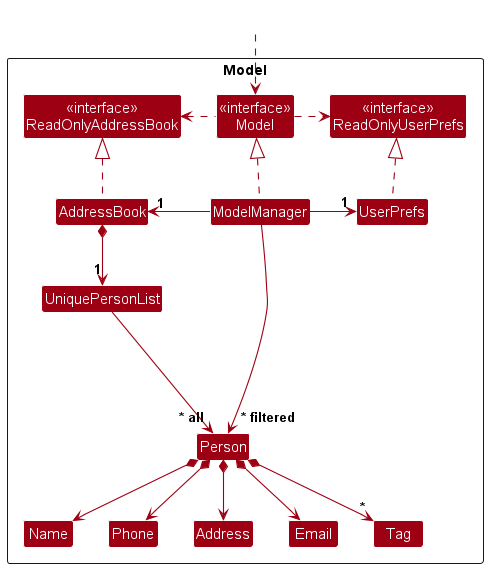
Before: docs/images/ModelClassDiagram.png, a diagram exported from PlantUML (nus-cs2103-AY2425S1/tp).
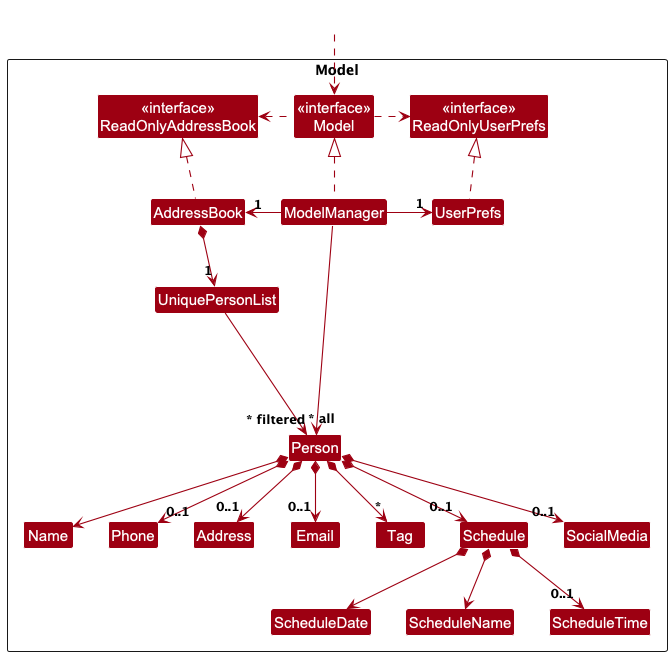
Above is the later version.

Commit message:
Update uml for person model

What changed in the source:
```diff
@@ -19,6 +19,12 @@
 Class Name
 Class Phone
 Class Tag
+Class Schedule
+Class SocialMedia
+
+Class ScheduleDate
+Class ScheduleName
+Class ScheduleTime
 
 Class I #FFFFFF
 }
@@ -38,10 +44,16 @@
 AddressBook *--> "1" UniquePersonList
 UniquePersonList --> "~* all" Person
 Person *--> Name
-Person *--> Phone
-Person *--> Email
-Person *--> Address
+Person *--> "0..1" Phone
+Person *--> "0..1" Email
+Person *--> "0..1" Address
+Person *--> "0..1" Schedule
+Person *--> "0..1" SocialMedia
 Person *--> "*" Tag
+
+Schedule *--> ScheduleDate
+Schedule *--> ScheduleName
+Schedule *--> "0..1" ScheduleTime
 
 Person -[hidden]up--> I
 UniquePersonList -[hidden]right-> I
```
